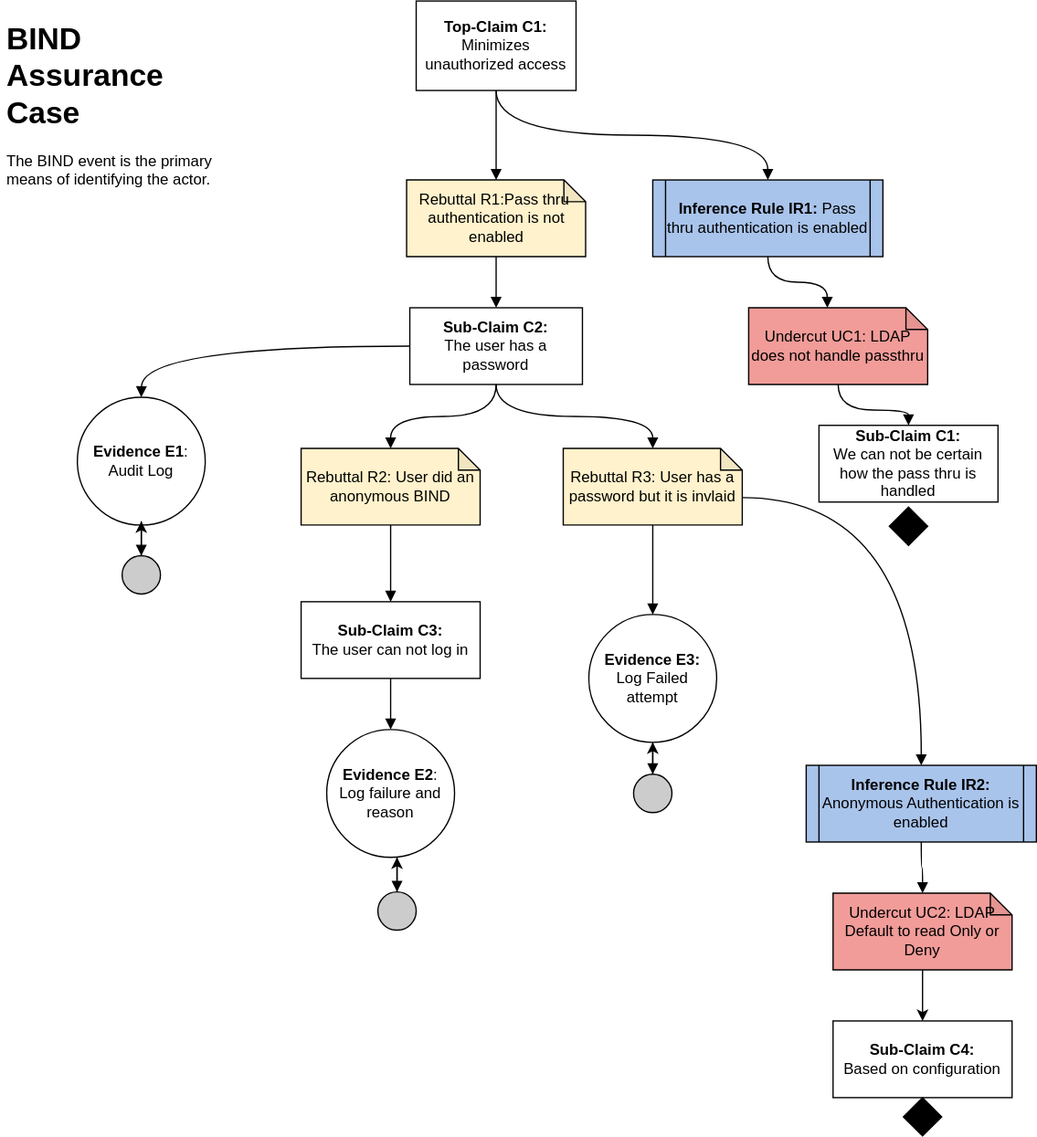
Earlier version of the draw.io export images/BIND Assurance Case.svg (bartelsjoshuac/SAPG). Source tidied: cells renumbered, new cells last; positions are measured from the earlier drawing's top-left corner, leaving out a move shared by most shapes.
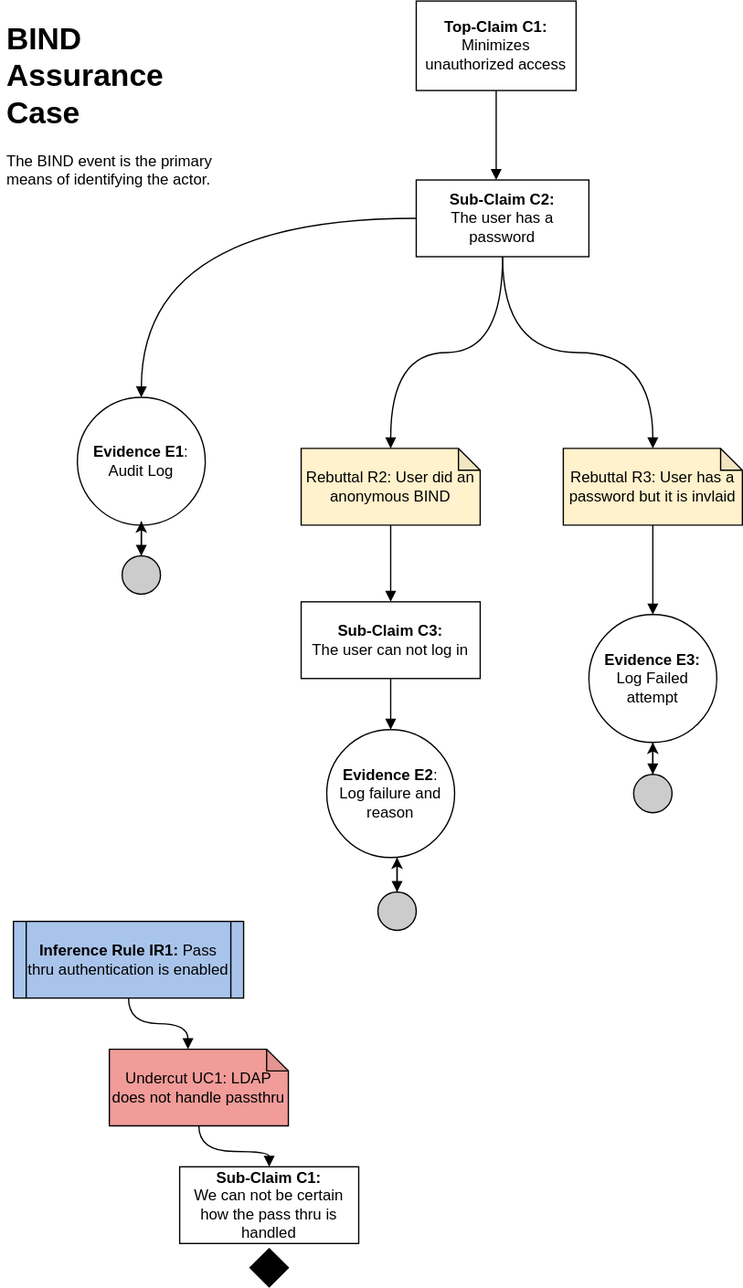
After the commit.

Diff of the diagram source:
```diff
@@ -5,21 +5,14 @@
     <mxCell id="2" value="&lt;h1&gt;BIND Assurance Case&lt;/h1&gt;&lt;p&gt;The BIND event is the primary means of identifying the actor.&lt;/p&gt;" style="text;html=1;strokeColor=none;fillColor=none;spacing=5;spacingTop=-20;whiteSpace=wrap;overflow=hidden;rounded=0;" parent="1" vertex="1">
       <mxGeometry y="10" width="190" height="270" as="geometry" />
     </mxCell>
-    <mxCell id="3" style="edgeStyle=orthogonalEdgeStyle;rounded=0;jettySize=auto;html=1;endArrow=block;endFill=1;curved=1;" parent="1" edge="1" source="5" target="7">
-      <mxGeometry relative="1" as="geometry" />
+    <mxCell id="3" style="edgeStyle=orthogonalEdgeStyle;rounded=0;jettySize=auto;html=1;endArrow=block;endFill=1;curved=1;" parent="1" edge="1" source="5">
+      <mxGeometry relative="1" as="geometry">
+        <mxPoint x="387.5" y="140" as="targetPoint" />
+      </mxGeometry>
     </mxCell>
-    <mxCell id="4" style="edgeStyle=orthogonalEdgeStyle;curved=1;rounded=0;jettySize=auto;html=1;exitX=0.5;exitY=1;exitDx=0;exitDy=0;endArrow=block;endFill=1;" parent="1" edge="1" source="5" target="23">
-      <mxGeometry relative="1" as="geometry" />
-    </mxCell>
     <mxCell id="5" value="&lt;b&gt;Top-Claim C1:&lt;br&gt;&lt;/b&gt;Minimizes unauthorized access" style="rounded=0;whiteSpace=wrap;html=1;" parent="1" vertex="1">
       <mxGeometry x="325" width="125" height="70" as="geometry" />
     </mxCell>
-    <mxCell id="6" style="edgeStyle=orthogonalEdgeStyle;curved=1;rounded=0;jettySize=auto;html=1;endArrow=block;endFill=1;" parent="1" edge="1" source="7" target="10">
-      <mxGeometry relative="1" as="geometry" />
-    </mxCell>
-    <mxCell id="7" value="Rebuttal R1:Pass thru&amp;nbsp; authentication is not enabled" style="shape=note;whiteSpace=wrap;html=1;backgroundOutline=1;darkOpacity=0.05;size=17;fillColor=#FFF2CC;" parent="1" vertex="1">
-      <mxGeometry x="317.5" y="140" width="140" height="60" as="geometry" />
-    </mxCell>
     <mxCell id="8" style="edgeStyle=orthogonalEdgeStyle;curved=1;rounded=0;jettySize=auto;html=1;exitX=0.5;exitY=1;exitDx=0;exitDy=0;entryX=0.5;entryY=0;entryDx=0;entryDy=0;entryPerimeter=0;endArrow=block;endFill=1;" parent="1" edge="1" source="10" target="12">
       <mxGeometry relative="1" as="geometry" />
     </mxCell>
@@ -27,7 +20,7 @@
       <mxGeometry relative="1" as="geometry" />
     </mxCell>
     <mxCell id="10" value="&lt;b&gt;Sub-Claim C2:&lt;br&gt;&lt;/b&gt;The user has a password" style="rounded=0;whiteSpace=wrap;html=1;" parent="1" vertex="1">
-      <mxGeometry x="320" y="240" width="135" height="60" as="geometry" />
+      <mxGeometry x="325" y="140" width="135" height="60" as="geometry" />
     </mxCell>
     <mxCell id="11" style="edgeStyle=orthogonalEdgeStyle;curved=1;rounded=0;jettySize=auto;html=1;exitX=0.5;exitY=1;exitDx=0;exitDy=0;exitPerimeter=0;entryX=0.5;entryY=0;entryDx=0;entryDy=0;endArrow=block;endFill=1;" parent="1" edge="1" source="12" target="16">
       <mxGeometry relative="1" as="geometry" />
@@ -70,41 +63,20 @@
       <mxGeometry relative="1" as="geometry" />
     </mxCell>
     <mxCell id="23" value="&lt;b&gt;Inference Rule IR1:&lt;/b&gt; Pass thru authentication is enabled" style="shape=process;whiteSpace=wrap;html=1;backgroundOutline=1;fillColor=#A9C4EB;size=0.05555555555555555;" parent="1" vertex="1">
-      <mxGeometry x="510" y="140" width="180" height="60" as="geometry" />
+      <mxGeometry x="10" y="720" width="180" height="60" as="geometry" />
     </mxCell>
     <mxCell id="24" style="edgeStyle=orthogonalEdgeStyle;curved=1;rounded=0;jettySize=auto;html=1;endArrow=block;endFill=1;" parent="1" edge="1" source="25" target="26">
       <mxGeometry relative="1" as="geometry" />
     </mxCell>
     <mxCell id="25" value="Undercut UC1: LDAP does not handle passthru" style="shape=note;whiteSpace=wrap;html=1;backgroundOutline=1;darkOpacity=0.05;size=17;fillColor=#F19C99;" parent="1" vertex="1">
-      <mxGeometry x="585" y="240" width="140" height="60" as="geometry" />
+      <mxGeometry x="85" y="820" width="140" height="60" as="geometry" />
     </mxCell>
     <mxCell id="26" value="&lt;b&gt;Sub-Claim C1:&lt;br&gt;&lt;/b&gt;We can not be certain how the pass thru is handled" style="rounded=0;whiteSpace=wrap;html=1;" parent="1" vertex="1">
-      <mxGeometry x="640" y="332" width="140" height="60" as="geometry" />
+      <mxGeometry x="140" y="912" width="140" height="60" as="geometry" />
     </mxCell>
     <mxCell id="27" style="rhombus;whiteSpace=wrap;html=1;fillColor=#000000;" parent="1" vertex="1">
-      <mxGeometry x="695" y="396" width="30" height="30" as="geometry" />
+      <mxGeometry x="195" y="976" width="30" height="30" as="geometry" />
     </mxCell>
-    <mxCell id="28" value="&lt;b&gt;Inference Rule IR2:&lt;/b&gt; Anonymous Authentication is enabled" style="shape=process;whiteSpace=wrap;html=1;backgroundOutline=1;fillColor=#A9C4EB;size=0.05555555555555555;" parent="1" vertex="1">
-      <mxGeometry x="630" y="598" width="180" height="60" as="geometry" />
-    </mxCell>
-    <mxCell id="29" style="edgeStyle=orthogonalEdgeStyle;curved=1;rounded=0;jettySize=auto;html=1;exitX=0;exitY=0;exitDx=140;exitDy=38.5;entryX=0.5;entryY=0;entryDx=0;entryDy=0;endArrow=block;endFill=1;exitPerimeter=0;" parent="1" edge="1" source="14" target="28">
-      <mxGeometry relative="1" as="geometry" />
-    </mxCell>
-    <mxCell id="30" style="edgeStyle=orthogonalEdgeStyle;rounded=0;jettySize=auto;html=1;entryX=0.5;entryY=0;entryDx=0;entryDy=0;" parent="1" edge="1" source="31" target="33">
-      <mxGeometry relative="1" as="geometry" />
-    </mxCell>
-    <mxCell id="31" value="Undercut UC2: LDAP Default to read Only or Deny" style="shape=note;whiteSpace=wrap;html=1;backgroundOutline=1;darkOpacity=0.05;size=17;fillColor=#F19C99;" parent="1" vertex="1">
-      <mxGeometry x="651" y="698" width="140" height="60" as="geometry" />
-    </mxCell>
-    <mxCell id="32" style="edgeStyle=orthogonalEdgeStyle;curved=1;rounded=0;jettySize=auto;html=1;exitX=0.5;exitY=1;exitDx=0;exitDy=0;entryX=0.5;entryY=0;entryDx=0;entryDy=0;endArrow=block;endFill=1;entryPerimeter=0;" parent="1" edge="1" source="28" target="31">
-      <mxGeometry relative="1" as="geometry" />
-    </mxCell>
-    <mxCell id="33" value="&lt;b&gt;Sub-Claim C4:&lt;br&gt;&lt;/b&gt;Based on configuration" style="rounded=0;whiteSpace=wrap;html=1;" parent="1" vertex="1">
-      <mxGeometry x="651" y="798" width="140" height="60" as="geometry" />
-    </mxCell>
-    <mxCell id="34" style="rhombus;whiteSpace=wrap;html=1;fillColor=#000000;" parent="1" vertex="1">
-      <mxGeometry x="706" y="858" width="30" height="30" as="geometry" />
-    </mxCell>
     <mxCell id="35" style="edgeStyle=orthogonalEdgeStyle;curved=1;rounded=0;jettySize=auto;html=1;exitX=0;exitY=0.5;exitDx=0;exitDy=0;endArrow=block;endFill=1;" parent="1" edge="1" source="10">
       <mxGeometry relative="1" as="geometry">
         <mxPoint x="110" y="310" as="targetPoint" />
```
